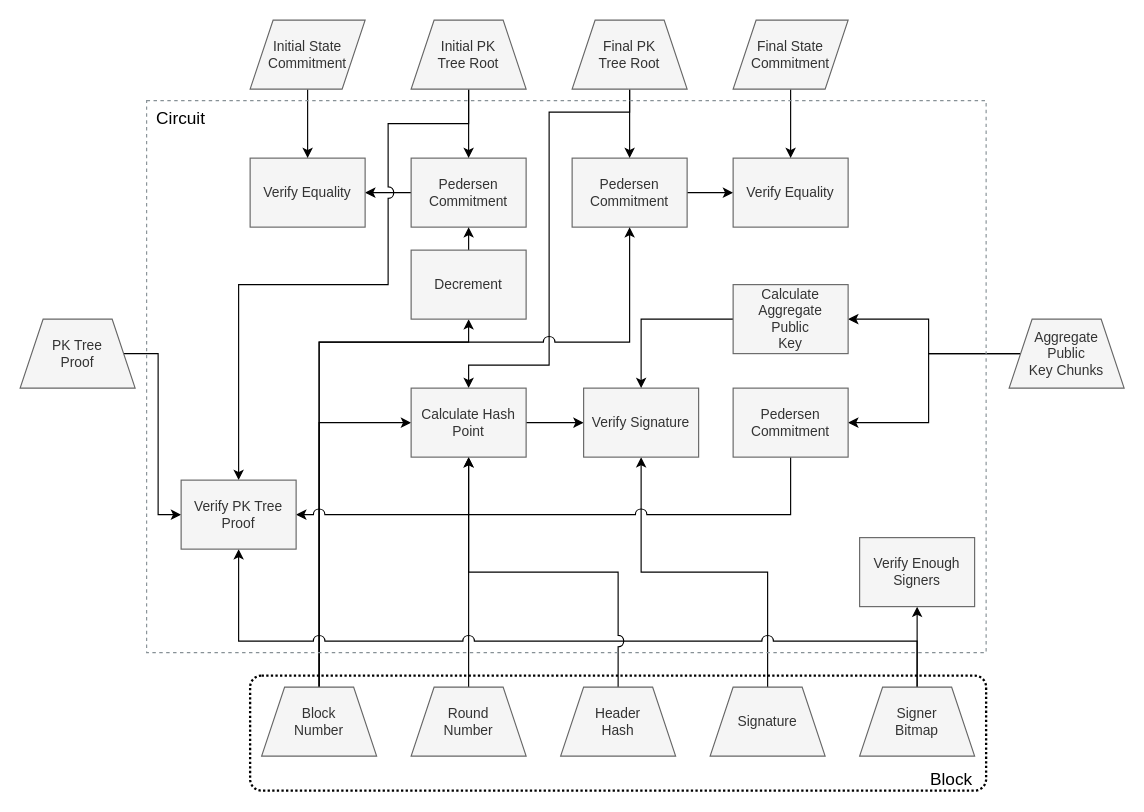
Before: nano-sync/images/macro_block_circuit.drawio in nimiq/core-rs-albatross, a draw.io diagram. Source tidied: cells renumbered, new cells numbered last; positions are measured from the earlier drawing's top-left corner, leaving out a move shared by most shapes. Both pictures are drawn from the tidied source at 115%, with x=0, y=0 at pixel (20, 20).
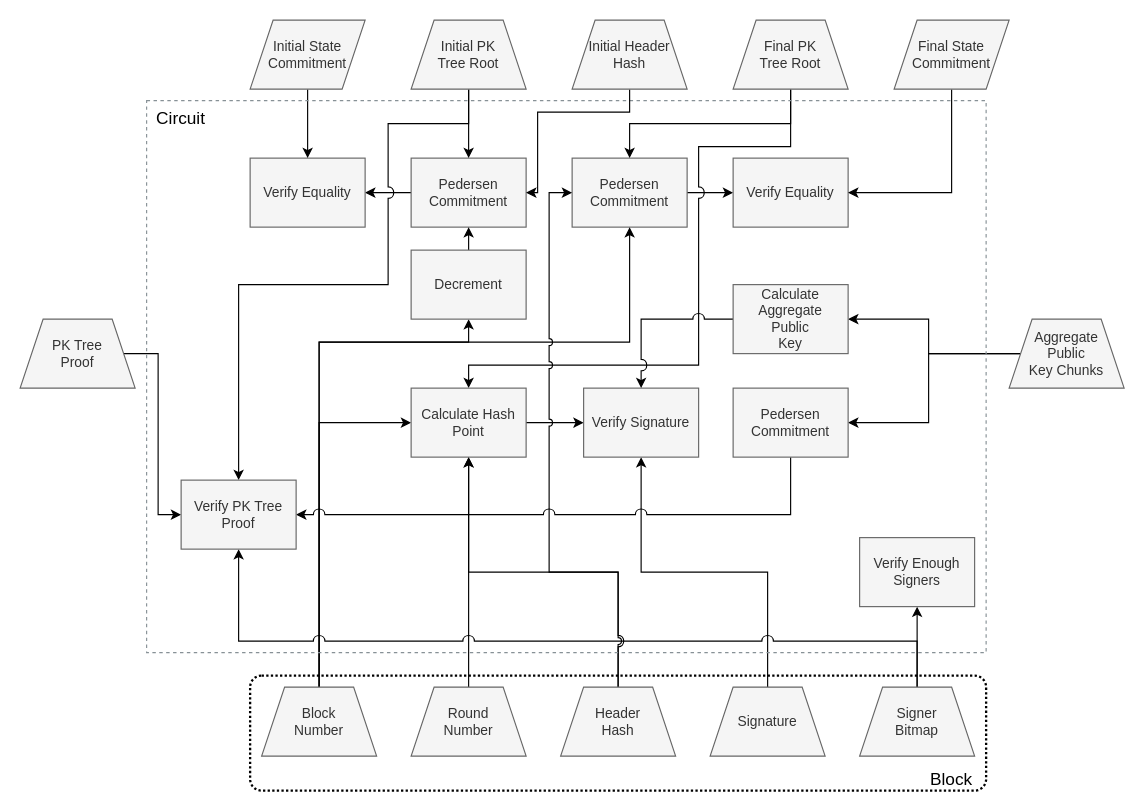
The same diagram, later.

The change refers to these unchanged cells:
```xml
<mxCell id="3" value="Pedersen Commitment" style="whiteSpace=wrap;html=1;fillColor=#f5f5f5;strokeColor=#666666;fontColor=#333333;" parent="1" vertex="1">
  <mxGeometry x="340" y="120" width="100" height="60" as="geometry" />
</mxCell>
<mxCell id="5" value="Pedersen Commitment" style="whiteSpace=wrap;html=1;fillColor=#f5f5f5;strokeColor=#666666;fontColor=#333333;" parent="1" vertex="1">
  <mxGeometry x="480" y="120" width="100" height="60" as="geometry" />
</mxCell>
<mxCell id="7" value="&lt;div&gt;Verify Equality&lt;/div&gt;" style="whiteSpace=wrap;html=1;fillColor=#f5f5f5;strokeColor=#666666;fontColor=#333333;" parent="1" vertex="1">
  <mxGeometry x="620" y="120" width="100" height="60" as="geometry" />
</mxCell>
<mxCell id="37" value="&lt;div&gt;Calculate Hash Point&lt;/div&gt;" style="whiteSpace=wrap;html=1;fillColor=#f5f5f5;strokeColor=#666666;fontColor=#333333;" parent="1" vertex="1">
  <mxGeometry x="340" y="320" width="100" height="60" as="geometry" />
</mxCell>
<mxCell id="41" value="&lt;div&gt;Header&lt;/div&gt;&lt;div&gt;Hash&lt;br&gt;&lt;/div&gt;" style="shape=trapezoid;perimeter=trapezoidPerimeter;whiteSpace=wrap;html=1;fixedSize=1;fillColor=#f5f5f5;strokeColor=#666666;fontColor=#333333;" parent="1" vertex="1">
  <mxGeometry x="470" y="580" width="100" height="60" as="geometry" />
</mxCell>
```

The edit, as a diff of the source:
```diff
@@
-    <mxCell id="13" style="edgeStyle=orthogonalEdgeStyle;rounded=0;jettySize=auto;html=1;exitX=0.5;exitY=1;exitDx=0;exitDy=0;entryX=0.5;entryY=0;entryDx=0;entryDy=0;" parent="1" edge="1" source="14" target="7">
-      <mxGeometry relative="1" as="geometry">
-        <Array as="points">
-          <mxPoint x="670" y="60" />
-        </Array>
-      </mxGeometry>
+    <mxCell id="13" style="edgeStyle=orthogonalEdgeStyle;rounded=0;jettySize=auto;html=1;exitX=0.5;exitY=1;exitDx=0;exitDy=0;entryX=1;entryY=0.5;entryDx=0;entryDy=0;" parent="1" edge="1" source="14" target="7">
+      <mxGeometry relative="1" as="geometry" />
     </mxCell>
     <mxCell id="14" value="&lt;div&gt;&lt;font style=&quot;font-size: 12px&quot;&gt;Final State Commitment&lt;/font&gt;&lt;/div&gt;" style="shape=parallelogram;perimeter=parallelogramPerimeter;whiteSpace=wrap;html=1;fixedSize=1;fillColor=#f5f5f5;strokeColor=#666666;fontColor=#333333;" parent="1" vertex="1">
-      <mxGeometry x="620" width="100" height="60" as="geometry" />
+      <mxGeometry x="760" width="100" height="60" as="geometry" />
     </mxCell>
@@
     <mxCell id="16" style="edgeStyle=orthogonalEdgeStyle;rounded=0;jumpStyle=arc;jumpSize=10;jettySize=auto;html=1;exitX=0.5;exitY=1;exitDx=0;exitDy=0;entryX=0.5;entryY=0;entryDx=0;entryDy=0;" parent="1" edge="1" source="17" target="37">
       <mxGeometry relative="1" as="geometry">
         <Array as="points">
-          <mxPoint x="530" y="80" />
-          <mxPoint x="460" y="80" />
-          <mxPoint x="460" y="300" />
+          <mxPoint x="670" y="110" />
+          <mxPoint x="590" y="110" />
+          <mxPoint x="590" y="300" />
           <mxPoint x="390" y="300" />
         </Array>
       </mxGeometry>
     </mxCell>
     <mxCell id="17" value="&lt;div&gt;Final PK&lt;/div&gt;&lt;div&gt;Tree Root&lt;/div&gt;" style="shape=trapezoid;perimeter=trapezoidPerimeter;whiteSpace=wrap;html=1;fixedSize=1;fillColor=#f5f5f5;strokeColor=#666666;fontColor=#333333;" parent="1" vertex="1">
-      <mxGeometry x="480" width="100" height="60" as="geometry" />
+      <mxGeometry x="620" width="100" height="60" as="geometry" />
     </mxCell>
@@
+    <mxCell id="51" style="edgeStyle=orthogonalEdgeStyle;rounded=0;jettySize=auto;html=1;exitX=0.5;exitY=0;exitDx=0;exitDy=0;entryX=0;entryY=0.5;entryDx=0;entryDy=0;jumpStyle=arc;" parent="1" edge="1" source="41" target="5">
+      <mxGeometry relative="1" as="geometry">
+        <Array as="points">
+          <mxPoint x="520" y="480" />
+          <mxPoint x="460" y="480" />
+          <mxPoint x="460" y="150" />
+        </Array>
+      </mxGeometry>
+    </mxCell>
@@
+    <mxCell id="52" style="edgeStyle=orthogonalEdgeStyle;rounded=0;jumpStyle=arc;jettySize=auto;html=1;exitX=0.5;exitY=1;exitDx=0;exitDy=0;entryX=1;entryY=0.5;entryDx=0;entryDy=0;" parent="1" edge="1" source="53" target="3">
+      <mxGeometry relative="1" as="geometry">
+        <Array as="points">
+          <mxPoint x="530" y="80" />
+          <mxPoint x="450" y="80" />
+          <mxPoint x="450" y="150" />
+        </Array>
+      </mxGeometry>
+    </mxCell>
+    <mxCell id="53" value="Initial Header Hash" style="shape=trapezoid;perimeter=trapezoidPerimeter;whiteSpace=wrap;html=1;fixedSize=1;fillColor=#f5f5f5;strokeColor=#666666;fontColor=#333333;" parent="1" vertex="1">
+      <mxGeometry x="480" width="100" height="60" as="geometry" />
+    </mxCell>
```
